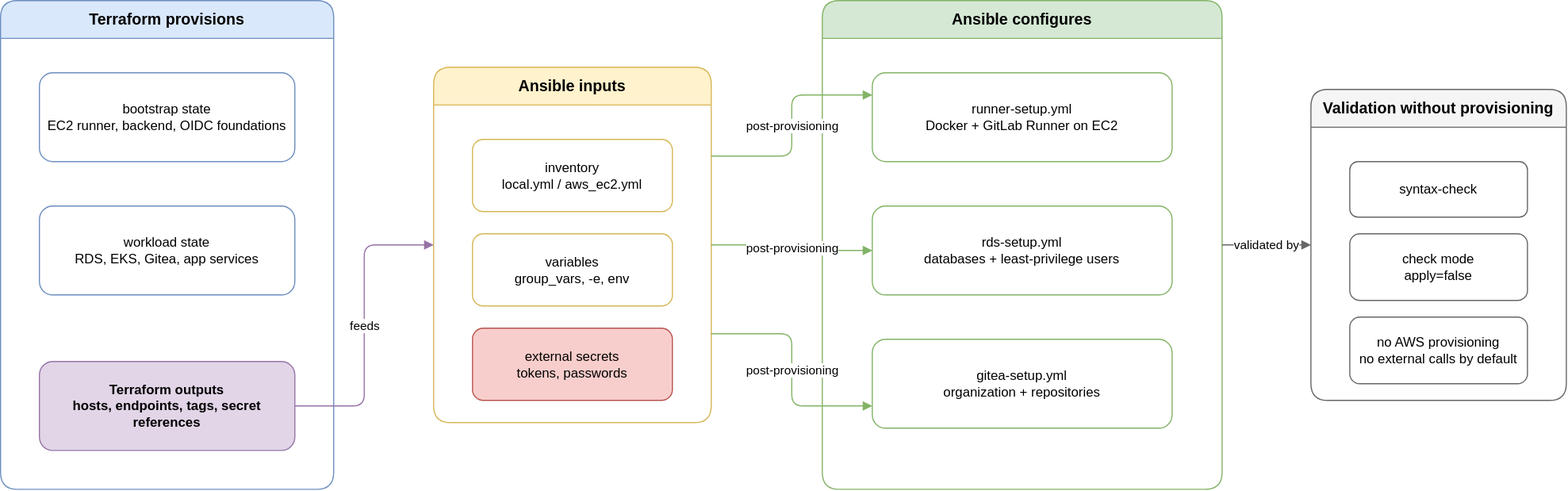
The draw.io diagram docs/diagrams/terraform-ansible-boundary.svg in ClementV78/shop-demo, before a commit. Source tidied: cells renumbered, new cells last; positions are measured from the earlier drawing's top-left corner, leaving out a move shared by most shapes. Source of this version:
```xml
<mxGraphModel>
  <root>
    <mxCell id="0" />
    <mxCell id="1" parent="0" />
    <mxCell id="2" value="Terraform provisions" style="swimlane;startSize=34;rounded=1;whiteSpace=wrap;html=1;fillColor=#dae8fc;strokeColor=#6c8ebf;fontStyle=1;fontSize=14;" parent="1" vertex="1">
      <mxGeometry width="300" height="440" as="geometry" />
    </mxCell>
    <mxCell id="3" value="bootstrap state&#10;EC2 runner, backend, OIDC foundations" style="rounded=1;whiteSpace=wrap;html=1;fillColor=#ffffff;strokeColor=#6c8ebf;fontSize=12;" parent="2" vertex="1">
      <mxGeometry x="35" y="65" width="230" height="80" as="geometry" />
    </mxCell>
    <mxCell id="4" value="workload state&#10;RDS, EKS, Gitea, app services" style="rounded=1;whiteSpace=wrap;html=1;fillColor=#ffffff;strokeColor=#6c8ebf;fontSize=12;" parent="2" vertex="1">
      <mxGeometry x="35" y="185" width="230" height="80" as="geometry" />
    </mxCell>
    <mxCell id="5" value="Terraform outputs&#10;hosts, endpoints, tags, secret references" style="rounded=1;whiteSpace=wrap;html=1;fillColor=#e1d5e7;strokeColor=#9673a6;fontStyle=1;fontSize=12;" parent="2" vertex="1">
      <mxGeometry x="35" y="325" width="230" height="80" as="geometry" />
    </mxCell>
    <mxCell id="6" value="Ansible inputs" style="swimlane;startSize=34;rounded=1;whiteSpace=wrap;html=1;fillColor=#fff2cc;strokeColor=#d6b656;fontStyle=1;fontSize=14;" parent="1" vertex="1">
      <mxGeometry x="390" y="60" width="250" height="320" as="geometry" />
    </mxCell>
    <mxCell id="7" value="inventory&#10;local.yml / aws_ec2.yml" style="rounded=1;whiteSpace=wrap;html=1;fillColor=#ffffff;strokeColor=#d6b656;fontSize=12;" parent="6" vertex="1">
      <mxGeometry x="35" y="65" width="180" height="65" as="geometry" />
    </mxCell>
    <mxCell id="8" value="variables&#10;group_vars, -e, env" style="rounded=1;whiteSpace=wrap;html=1;fillColor=#ffffff;strokeColor=#d6b656;fontSize=12;" parent="6" vertex="1">
      <mxGeometry x="35" y="150" width="180" height="65" as="geometry" />
    </mxCell>
    <mxCell id="9" value="external secrets&#10;tokens, passwords" style="rounded=1;whiteSpace=wrap;html=1;fillColor=#f8cecc;strokeColor=#b85450;fontSize=12;" parent="6" vertex="1">
      <mxGeometry x="35" y="235" width="180" height="65" as="geometry" />
    </mxCell>
    <mxCell id="10" value="Ansible configures" style="swimlane;startSize=34;rounded=1;whiteSpace=wrap;html=1;fillColor=#d5e8d4;strokeColor=#82b366;fontStyle=1;fontSize=14;" parent="1" vertex="1">
      <mxGeometry x="740" width="360" height="440" as="geometry" />
    </mxCell>
    <mxCell id="11" value="runner-setup.yml&#10;Docker + GitLab Runner on EC2" style="rounded=1;whiteSpace=wrap;html=1;fillColor=#ffffff;strokeColor=#82b366;fontSize=12;" parent="10" vertex="1">
      <mxGeometry x="45" y="65" width="270" height="80" as="geometry" />
    </mxCell>
    <mxCell id="12" value="rds-setup.yml&#10;databases + least-privilege users" style="rounded=1;whiteSpace=wrap;html=1;fillColor=#ffffff;strokeColor=#82b366;fontSize=12;" parent="10" vertex="1">
      <mxGeometry x="45" y="185" width="270" height="80" as="geometry" />
    </mxCell>
    <mxCell id="13" value="gitea-setup.yml&#10;organization + repositories" style="rounded=1;whiteSpace=wrap;html=1;fillColor=#ffffff;strokeColor=#82b366;fontSize=12;" parent="10" vertex="1">
      <mxGeometry x="45" y="305" width="270" height="80" as="geometry" />
    </mxCell>
    <mxCell id="14" value="Validation without provisioning" style="swimlane;startSize=34;rounded=1;whiteSpace=wrap;html=1;fillColor=#f5f5f5;strokeColor=#666666;fontStyle=1;fontSize=14;" parent="1" vertex="1">
      <mxGeometry x="1180" y="80" width="230" height="280" as="geometry" />
    </mxCell>
    <mxCell id="15" value="syntax-check" style="rounded=1;whiteSpace=wrap;html=1;fillColor=#ffffff;strokeColor=#666666;fontSize=12;" parent="14" vertex="1">
      <mxGeometry x="35" y="65" width="160" height="50" as="geometry" />
    </mxCell>
    <mxCell id="16" value="check mode&#10;apply=false" style="rounded=1;whiteSpace=wrap;html=1;fillColor=#ffffff;strokeColor=#666666;fontSize=12;" parent="14" vertex="1">
      <mxGeometry x="35" y="130" width="160" height="60" as="geometry" />
    </mxCell>
    <mxCell id="17" value="no AWS provisioning&#10;no external calls by default" style="rounded=1;whiteSpace=wrap;html=1;fillColor=#ffffff;strokeColor=#666666;fontSize=12;" parent="14" vertex="1">
      <mxGeometry x="35" y="205" width="160" height="60" as="geometry" />
    </mxCell>
    <mxCell id="18" value="feeds" style="edgeStyle=orthogonalEdgeStyle;rounded=1;jettySize=auto;html=1;endArrow=block;strokeColor=#9673a6;exitX=1;exitY=0.5;entryX=0;entryY=0.5;labelBackgroundColor=#ffffff;" parent="1" edge="1" source="5" target="6">
      <mxGeometry relative="1" as="geometry" />
    </mxCell>
    <mxCell id="19" value="post-provisioning" style="edgeStyle=orthogonalEdgeStyle;rounded=1;jettySize=auto;html=1;endArrow=block;strokeColor=#82b366;exitX=1;exitY=0.25;entryX=0;entryY=0.25;labelBackgroundColor=#ffffff;" parent="1" edge="1" source="6" target="11">
      <mxGeometry relative="1" as="geometry" />
    </mxCell>
    <mxCell id="20" value="post-provisioning" style="edgeStyle=orthogonalEdgeStyle;rounded=1;jettySize=auto;html=1;endArrow=block;strokeColor=#82b366;exitX=1;exitY=0.5;entryX=0;entryY=0.5;labelBackgroundColor=#ffffff;" parent="1" edge="1" source="6" target="12">
      <mxGeometry relative="1" as="geometry" />
    </mxCell>
    <mxCell id="21" value="post-provisioning" style="edgeStyle=orthogonalEdgeStyle;rounded=1;jettySize=auto;html=1;endArrow=block;strokeColor=#82b366;exitX=1;exitY=0.75;entryX=0;entryY=0.75;labelBackgroundColor=#ffffff;" parent="1" edge="1" source="6" target="13">
      <mxGeometry relative="1" as="geometry" />
    </mxCell>
    <mxCell id="22" value="validated by" style="edgeStyle=orthogonalEdgeStyle;rounded=1;jettySize=auto;html=1;endArrow=block;strokeColor=#666666;exitX=1;exitY=0.5;entryX=0;entryY=0.5;labelBackgroundColor=#ffffff;" parent="1" edge="1" source="10" target="14">
      <mxGeometry relative="1" as="geometry" />
    </mxCell>
  </root>
</mxGraphModel>
```
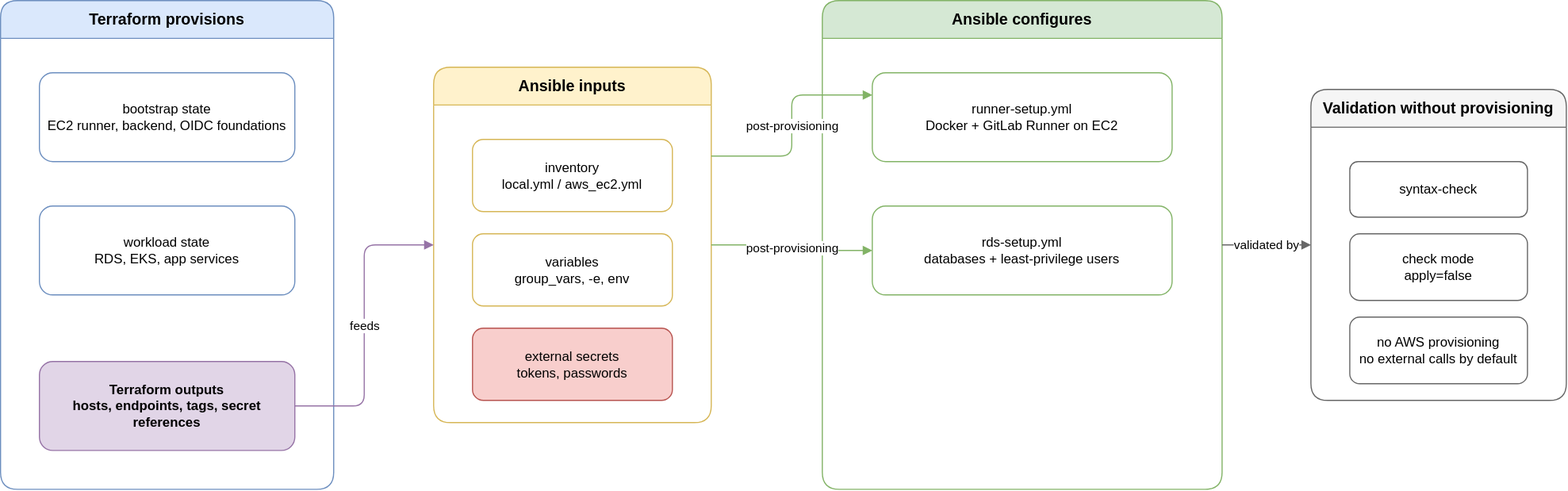
Later version of the same file.

What changed in the source:
```diff
@@ -8,7 +8,7 @@
     <mxCell id="3" value="bootstrap state&#10;EC2 runner, backend, OIDC foundations" style="rounded=1;whiteSpace=wrap;html=1;fillColor=#ffffff;strokeColor=#6c8ebf;fontSize=12;" parent="2" vertex="1">
       <mxGeometry x="35" y="65" width="230" height="80" as="geometry" />
     </mxCell>
-    <mxCell id="4" value="workload state&#10;RDS, EKS, Gitea, app services" style="rounded=1;whiteSpace=wrap;html=1;fillColor=#ffffff;strokeColor=#6c8ebf;fontSize=12;" parent="2" vertex="1">
+    <mxCell id="4" value="workload state&#10;RDS, EKS, app services" style="rounded=1;whiteSpace=wrap;html=1;fillColor=#ffffff;strokeColor=#6c8ebf;fontSize=12;" parent="2" vertex="1">
       <mxGeometry x="35" y="185" width="230" height="80" as="geometry" />
     </mxCell>
     <mxCell id="5" value="Terraform outputs&#10;hosts, endpoints, tags, secret references" style="rounded=1;whiteSpace=wrap;html=1;fillColor=#e1d5e7;strokeColor=#9673a6;fontStyle=1;fontSize=12;" parent="2" vertex="1">
@@ -35,9 +35,6 @@
     <mxCell id="12" value="rds-setup.yml&#10;databases + least-privilege users" style="rounded=1;whiteSpace=wrap;html=1;fillColor=#ffffff;strokeColor=#82b366;fontSize=12;" parent="10" vertex="1">
       <mxGeometry x="45" y="185" width="270" height="80" as="geometry" />
     </mxCell>
-    <mxCell id="13" value="gitea-setup.yml&#10;organization + repositories" style="rounded=1;whiteSpace=wrap;html=1;fillColor=#ffffff;strokeColor=#82b366;fontSize=12;" parent="10" vertex="1">
-      <mxGeometry x="45" y="305" width="270" height="80" as="geometry" />
-    </mxCell>
     <mxCell id="14" value="Validation without provisioning" style="swimlane;startSize=34;rounded=1;whiteSpace=wrap;html=1;fillColor=#f5f5f5;strokeColor=#666666;fontStyle=1;fontSize=14;" parent="1" vertex="1">
       <mxGeometry x="1180" y="80" width="230" height="280" as="geometry" />
     </mxCell>
@@ -59,9 +56,6 @@
     <mxCell id="20" value="post-provisioning" style="edgeStyle=orthogonalEdgeStyle;rounded=1;jettySize=auto;html=1;endArrow=block;strokeColor=#82b366;exitX=1;exitY=0.5;entryX=0;entryY=0.5;labelBackgroundColor=#ffffff;" parent="1" edge="1" source="6" target="12">
       <mxGeometry relative="1" as="geometry" />
     </mxCell>
-    <mxCell id="21" value="post-provisioning" style="edgeStyle=orthogonalEdgeStyle;rounded=1;jettySize=auto;html=1;endArrow=block;strokeColor=#82b366;exitX=1;exitY=0.75;entryX=0;entryY=0.75;labelBackgroundColor=#ffffff;" parent="1" edge="1" source="6" target="13">
-      <mxGeometry relative="1" as="geometry" />
-    </mxCell>
     <mxCell id="22" value="validated by" style="edgeStyle=orthogonalEdgeStyle;rounded=1;jettySize=auto;html=1;endArrow=block;strokeColor=#666666;exitX=1;exitY=0.5;entryX=0;entryY=0.5;labelBackgroundColor=#ffffff;" parent="1" edge="1" source="10" target="14">
       <mxGeometry relative="1" as="geometry" />
     </mxCell>
```
